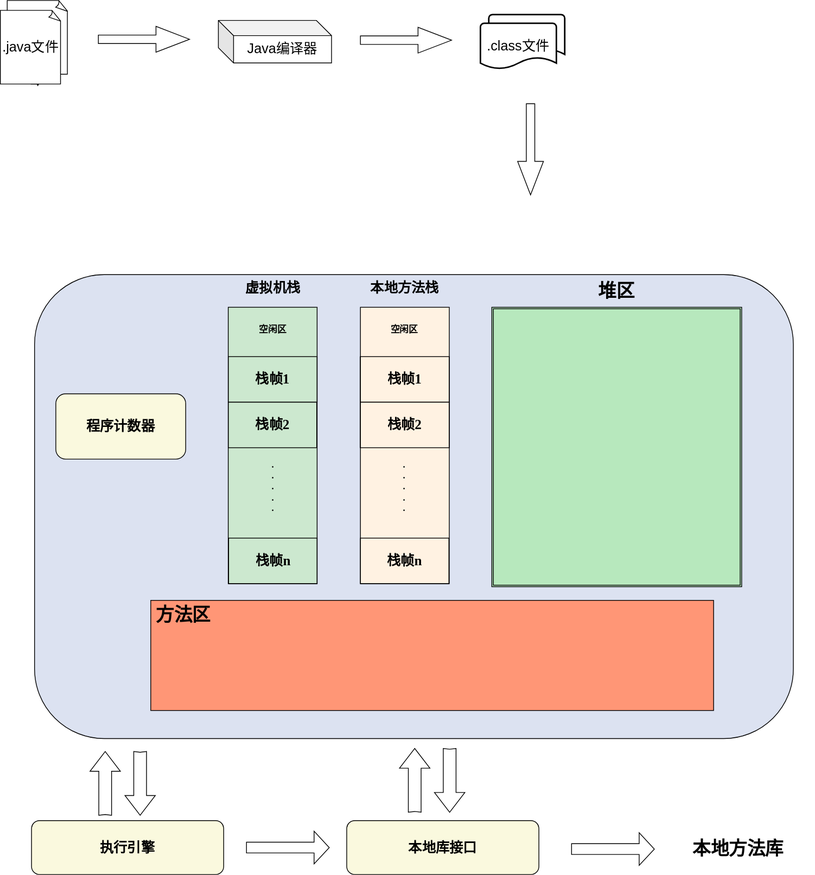
Before: jvm/jvm.drawio.svg, a diagram exported from draw.io (Likeheart7/draw). Source tidied: cells renumbered, new cells last; positions are measured from the earlier drawing's top-left corner, leaving out a move shared by most shapes.
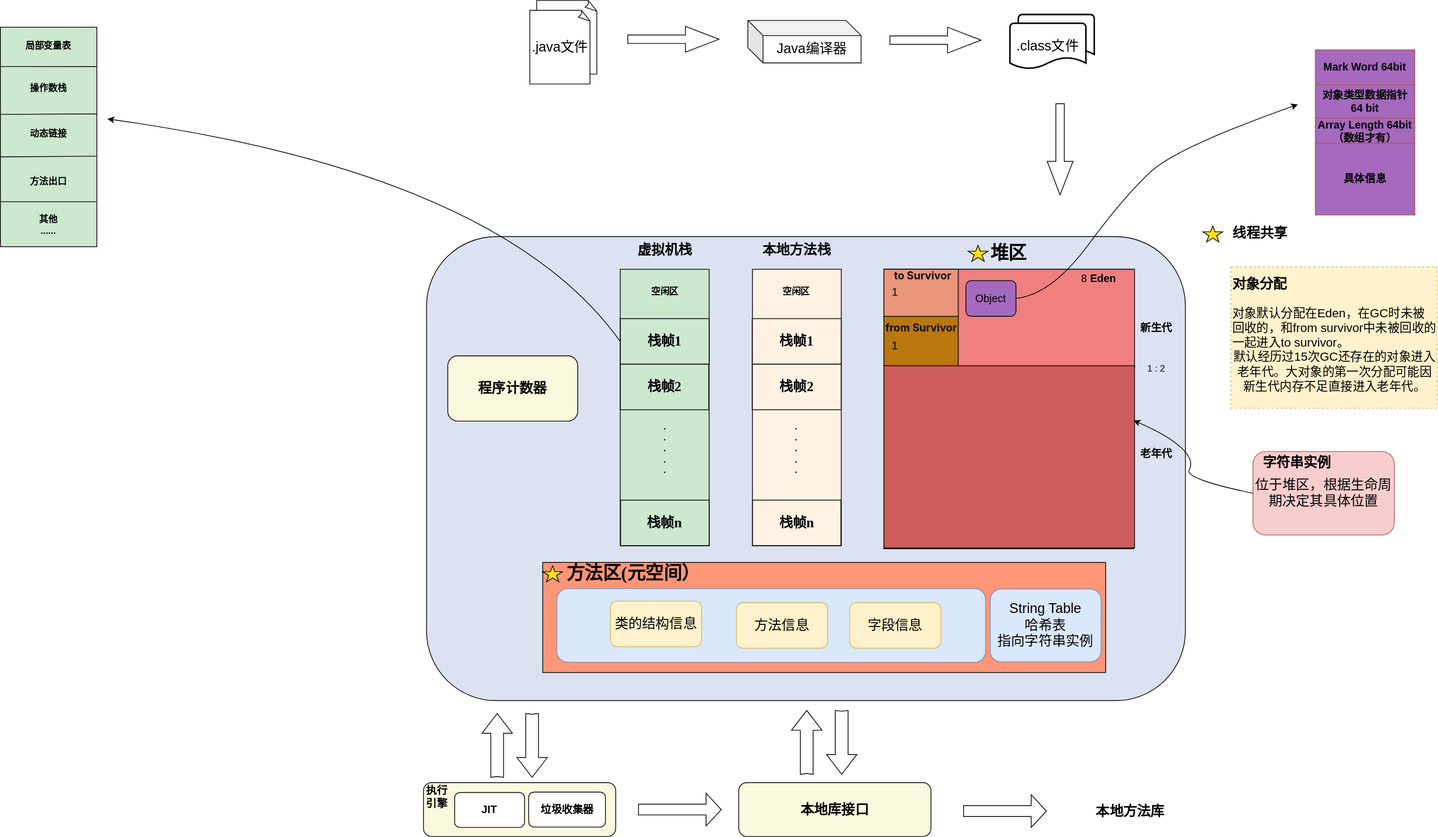
After the change.

The edit, as a diff of the source:
```diff
@@ -8,29 +8,24 @@
     <mxCell id="3" style="whiteSpace=wrap;html=1;shape=mxgraph.basic.document;" parent="1" vertex="1">
-      <mxGeometry x="9" width="80" height="97" as="geometry" />
+      <mxGeometry x="190" y="50" width="80" height="97" as="geometry" />
     </mxCell>
     <mxCell id="4" style="strokeWidth=2;html=1;shape=mxgraph.flowchart.document2;whiteSpace=wrap;size=0.25;" parent="1" vertex="1">
-      <mxGeometry x="643" y="18.5" width="100" height="60" as="geometry" />
+      <mxGeometry x="824" y="68.5" width="100" height="60" as="geometry" />
     </mxCell>
     <mxCell id="5" value="&lt;font style=&quot;font-size: 18px;&quot;&gt;.class文件&lt;/font&gt;" style="strokeWidth=2;html=1;shape=mxgraph.flowchart.document2;whiteSpace=wrap;size=0.25;" parent="1" vertex="1">
-      <mxGeometry x="632" y="30" width="100" height="60" as="geometry" />
+      <mxGeometry x="813" y="80" width="100" height="60" as="geometry" />
     </mxCell>
-    <mxCell id="6" style="edgeStyle=orthogonalEdgeStyle;rounded=0;jettySize=auto;html=1;exitX=0.5;exitY=1;exitDx=0;exitDy=0;exitPerimeter=0;" parent="1" edge="1" source="7">
-      <mxGeometry relative="1" as="geometry">
-        <mxPoint x="49.3" y="113.1" as="targetPoint" />
-      </mxGeometry>
-    </mxCell>
     <mxCell id="7" value="&lt;font style=&quot;font-size: 18px;&quot;&gt;.java文件&lt;/font&gt;" style="whiteSpace=wrap;html=1;shape=mxgraph.basic.document;" parent="1" vertex="1">
-      <mxGeometry y="13" width="80" height="97" as="geometry" />
+      <mxGeometry x="181" y="63" width="80" height="97" as="geometry" />
     </mxCell>
     <mxCell id="8" style="shape=singleArrow;whiteSpace=wrap;html=1;arrowWidth=0.3277310924369638;arrowSize=0.3678571428571403;" parent="1" vertex="1">
-      <mxGeometry x="129" y="34.1" width="120" height="34" as="geometry" />
+      <mxGeometry x="310" y="84.1" width="120" height="34" as="geometry" />
     </mxCell>
     <mxCell id="9" value="&lt;font style=&quot;font-size: 18px;&quot;&gt;Java编译器&lt;/font&gt;" style="shape=cube;whiteSpace=wrap;html=1;boundedLbl=1;backgroundOutline=1;darkOpacity=0.05;darkOpacity2=0.1;" parent="1" vertex="1">
-      <mxGeometry x="287" y="26.2" width="149" height="56" as="geometry" />
+      <mxGeometry x="468" y="76.2" width="149" height="56" as="geometry" />
     </mxCell>
     <mxCell id="10" style="shape=singleArrow;whiteSpace=wrap;html=1;arrowWidth=0.3277310924369638;arrowSize=0.3678571428571403;" parent="1" vertex="1">
-      <mxGeometry x="474" y="35.2" width="120" height="34" as="geometry" />
+      <mxGeometry x="655" y="85.2" width="120" height="34" as="geometry" />
     </mxCell>
     <mxCell id="11" style="shape=singleArrow;whiteSpace=wrap;html=1;arrowWidth=0.3277310924369638;arrowSize=0.3678571428571403;rotation=90;" parent="1" vertex="1">
-      <mxGeometry x="638" y="179" width="120" height="34" as="geometry" />
+      <mxGeometry x="819" y="229" width="120" height="34" as="geometry" />
     </mxCell>
@@ -48,4 +43,4 @@
     </mxCell>
-    <mxCell id="16" value="&lt;span style=&quot;font-size: 24px;&quot;&gt;方法区&lt;/span&gt;" style="text;html=1;align=center;verticalAlign=middle;whiteSpace=wrap;rounded=0;fontFamily=msyh.ttc;fontSize=12;fontColor=default;fontStyle=1;" parent="1" vertex="1">
-      <mxGeometry x="201" y="795" width="80" height="30" as="geometry" />
+    <mxCell id="16" value="&lt;span style=&quot;font-size: 24px;&quot;&gt;方法区(元空间）&lt;/span&gt;" style="text;html=1;align=center;verticalAlign=middle;whiteSpace=wrap;rounded=0;fontFamily=msyh.ttc;fontSize=12;fontColor=default;fontStyle=1;" parent="1" vertex="1">
+      <mxGeometry x="228" y="790" width="179" height="30" as="geometry" />
     </mxCell>
@@ -93,3 +88,3 @@
     </mxCell>
-    <mxCell id="31" value="&lt;font style=&quot;font-size: 18px;&quot;&gt;执行引擎&lt;/font&gt;" style="rounded=1;whiteSpace=wrap;html=1;fillColor=#FAF9DE;fontStyle=1;fontFamily=msyh.ttc;" parent="1" vertex="1">
+    <mxCell id="31" style="rounded=1;whiteSpace=wrap;html=1;fillColor=#FAF9DE;fontStyle=1;fontFamily=msyh.ttc;" parent="1" vertex="1">
       <mxGeometry x="41" y="1080" width="253" height="71" as="geometry" />
@@ -99,3 +94,3 @@
     </mxCell>
-    <mxCell id="33" value="&lt;font style=&quot;font-size: 24px;&quot;&gt;本地方法库&lt;/font&gt;" style="text;html=1;align=center;verticalAlign=middle;whiteSpace=wrap;rounded=0;fontFamily=msyh.ttc;fontSize=12;fontColor=default;fontStyle=1;" parent="1" vertex="1">
+    <mxCell id="33" value="&lt;font style=&quot;font-size: 18px;&quot;&gt;本地方法库&lt;/font&gt;" style="text;html=1;align=center;verticalAlign=middle;whiteSpace=wrap;rounded=0;fontFamily=msyh.ttc;fontSize=12;fontColor=default;fontStyle=1;" parent="1" vertex="1">
       <mxGeometry x="871" y="1091" width="201" height="53" as="geometry" />
@@ -120,2 +115,168 @@
     </mxCell>
+    <mxCell id="40" style="rounded=0;whiteSpace=wrap;html=1;fillColor=#F08080;" parent="1" vertex="1">
+      <mxGeometry x="647" y="404" width="330" height="130" as="geometry" />
+    </mxCell>
+    <mxCell id="41" style="rounded=0;whiteSpace=wrap;html=1;fillColor=#CD5C5C;" parent="1" vertex="1">
+      <mxGeometry x="647" y="531" width="330" height="240" as="geometry" />
+    </mxCell>
+    <mxCell id="42" value="&lt;span style=&quot;font-size: 14px;&quot;&gt;新生代&lt;/span&gt;" style="text;html=1;align=center;verticalAlign=middle;whiteSpace=wrap;rounded=0;fontStyle=1;" parent="1" vertex="1">
+      <mxGeometry x="976" y="466" width="60" height="30" as="geometry" />
+    </mxCell>
+    <mxCell id="43" value="&lt;span style=&quot;font-size: 14px;&quot;&gt;老年代&lt;/span&gt;" style="text;html=1;align=center;verticalAlign=middle;whiteSpace=wrap;rounded=0;fontStyle=1;" parent="1" vertex="1">
+      <mxGeometry x="976" y="632" width="60" height="30" as="geometry" />
+    </mxCell>
+    <mxCell id="44" value="1 : 2" style="text;html=1;align=center;verticalAlign=middle;whiteSpace=wrap;rounded=0;" parent="1" vertex="1">
+      <mxGeometry x="976" y="520" width="60" height="30" as="geometry" />
+    </mxCell>
+    <mxCell id="45" style="rounded=0;whiteSpace=wrap;html=1;fillColor=#E9967A;" parent="1" vertex="1">
+      <mxGeometry x="647" y="404" width="98" height="63" as="geometry" />
+    </mxCell>
+    <mxCell id="46" style="rounded=0;whiteSpace=wrap;html=1;fillColor=#B9770E;" parent="1" vertex="1">
+      <mxGeometry x="647" y="466" width="98" height="65" as="geometry" />
+    </mxCell>
+    <mxCell id="47" value="&lt;span style=&quot;font-size: 14px;&quot;&gt;Eden&lt;/span&gt;" style="text;html=1;align=center;verticalAlign=middle;whiteSpace=wrap;rounded=0;fontStyle=1;" parent="1" vertex="1">
+      <mxGeometry x="906" y="401" width="60" height="30" as="geometry" />
+    </mxCell>
+    <mxCell id="48" value="&lt;span style=&quot;color: rgb(13, 13, 13); font-family: ui-sans-serif, -apple-system, system-ui, &amp;quot;Segoe UI&amp;quot;, Roboto, Ubuntu, Cantarell, &amp;quot;Noto Sans&amp;quot;, sans-serif, Helvetica, &amp;quot;Apple Color Emoji&amp;quot;, Arial, &amp;quot;Segoe UI Emoji&amp;quot;, &amp;quot;Segoe UI Symbol&amp;quot;; text-align: left; white-space-collapse: preserve;&quot;&gt;&lt;font style=&quot;font-size: 14px;&quot;&gt;to Survivor&lt;/font&gt;&lt;/span&gt;" style="text;html=1;align=center;verticalAlign=middle;whiteSpace=wrap;rounded=0;fontStyle=1;" parent="1" vertex="1">
+      <mxGeometry x="654.5" y="398" width="87" height="30" as="geometry" />
+    </mxCell>
+    <mxCell id="49" value="&lt;span style=&quot;color: rgb(13, 13, 13); font-family: ui-sans-serif, -apple-system, system-ui, &amp;quot;Segoe UI&amp;quot;, Roboto, Ubuntu, Cantarell, &amp;quot;Noto Sans&amp;quot;, sans-serif, Helvetica, &amp;quot;Apple Color Emoji&amp;quot;, Arial, &amp;quot;Segoe UI Emoji&amp;quot;, &amp;quot;Segoe UI Symbol&amp;quot;; text-align: left; white-space-collapse: preserve;&quot;&gt;&lt;font style=&quot;font-size: 14px;&quot;&gt;from Survivor&lt;/font&gt;&lt;/span&gt;" style="text;html=1;align=center;verticalAlign=middle;whiteSpace=wrap;rounded=0;fontStyle=1;" parent="1" vertex="1">
+      <mxGeometry x="645.8" y="466" width="100.5" height="30" as="geometry" />
+    </mxCell>
+    <mxCell id="50" value="&lt;font style=&quot;font-size: 14px;&quot;&gt;1&lt;/font&gt;" style="text;html=1;align=center;verticalAlign=middle;whiteSpace=wrap;rounded=0;fontStyle=0;" parent="1" vertex="1">
+      <mxGeometry x="632" y="419" width="60" height="30" as="geometry" />
+    </mxCell>
+    <mxCell id="51" value="&lt;font style=&quot;font-size: 14px;&quot;&gt;1&lt;/font&gt;" style="text;html=1;align=center;verticalAlign=middle;whiteSpace=wrap;rounded=0;" parent="1" vertex="1">
+      <mxGeometry x="632" y="490" width="60" height="30" as="geometry" />
+    </mxCell>
+    <mxCell id="52" value="&lt;font style=&quot;font-size: 14px;&quot;&gt;8&lt;/font&gt;" style="text;html=1;align=center;verticalAlign=middle;whiteSpace=wrap;rounded=0;" parent="1" vertex="1">
+      <mxGeometry x="881" y="401" width="60" height="30" as="geometry" />
+    </mxCell>
+    <mxCell id="53" style="verticalLabelPosition=bottom;verticalAlign=top;html=1;shape=mxgraph.basic.star;fixDash=0;fillColor=#FFE017;" parent="1" vertex="1">
+      <mxGeometry x="198" y="794.5" width="26" height="21" as="geometry" />
+    </mxCell>
+    <mxCell id="54" style="verticalLabelPosition=bottom;verticalAlign=top;html=1;shape=mxgraph.basic.star;fixDash=0;fillColor=#FFE017;" parent="1" vertex="1">
+      <mxGeometry x="758" y="372.5" width="26" height="21" as="geometry" />
+    </mxCell>
+    <mxCell id="55" style="verticalLabelPosition=bottom;verticalAlign=top;html=1;shape=mxgraph.basic.star;fixDash=0;fillColor=#FFE017;" parent="1" vertex="1">
+      <mxGeometry x="1067" y="347" width="26" height="21" as="geometry" />
+    </mxCell>
+    <mxCell id="56" value="&lt;b&gt;&lt;font style=&quot;font-size: 18px;&quot;&gt;线程共享&lt;/font&gt;&lt;/b&gt;" style="text;html=1;align=center;verticalAlign=middle;whiteSpace=wrap;rounded=0;" parent="1" vertex="1">
+      <mxGeometry x="1093" y="342.5" width="99" height="30" as="geometry" />
+    </mxCell>
+    <mxCell id="57" value="&lt;span style=&quot;font-family: -apple-system, BlinkMacSystemFont, &amp;quot;Segoe UI Variable&amp;quot;, &amp;quot;Segoe UI&amp;quot;, system-ui, ui-sans-serif, Helvetica, Arial, sans-serif, &amp;quot;Apple Color Emoji&amp;quot;, &amp;quot;Segoe UI Emoji&amp;quot;; font-weight: 700;&quot;&gt;&lt;font style=&quot;font-size: 14px;&quot;&gt;执行引擎&lt;/font&gt;&lt;/span&gt;" style="text;html=1;align=center;verticalAlign=middle;whiteSpace=wrap;rounded=0;" parent="1" vertex="1">
+      <mxGeometry x="42" y="1077" width="34" height="44" as="geometry" />
+    </mxCell>
+    <mxCell id="58" value="&lt;b&gt;&lt;font style=&quot;font-size: 14px;&quot;&gt;JIT&lt;/font&gt;&lt;/b&gt;" style="rounded=1;whiteSpace=wrap;html=1;" parent="1" vertex="1">
+      <mxGeometry x="82" y="1093" width="92" height="46" as="geometry" />
+    </mxCell>
+    <mxCell id="59" value="&lt;span style=&quot;font-size: 14px;&quot;&gt;&lt;b&gt;垃圾收集器&lt;/b&gt;&lt;/span&gt;" style="rounded=1;whiteSpace=wrap;html=1;" parent="1" vertex="1">
+      <mxGeometry x="179.5" y="1092.5" width="101" height="46" as="geometry" />
+    </mxCell>
+    <mxCell id="60" style="endArrow=classic;html=1;rounded=0;curved=1;exitX=0;exitY=0.5;exitDx=0;exitDy=0;strokeColor=default;" parent="1" edge="1" source="21">
+      <mxGeometry relative="1" as="geometry">
+        <mxPoint x="-375" y="206" as="targetPoint" />
+        <Array as="points">
+          <mxPoint x="142" y="278" />
+        </Array>
+      </mxGeometry>
+    </mxCell>
+    <mxCell id="61" style="rounded=0;whiteSpace=wrap;html=1;fillColor=#CCE8CF;" parent="1" vertex="1">
+      <mxGeometry x="-516" y="85.2" width="127" height="289" as="geometry" />
+    </mxCell>
+    <mxCell id="62" style="endArrow=none;html=1;rounded=0;entryX=0.996;entryY=0.321;entryDx=0;entryDy=0;entryPerimeter=0;" parent="1" edge="1">
+      <mxGeometry relative="1" as="geometry">
+        <mxPoint x="-516" y="137" as="sourcePoint" />
+        <mxPoint x="-389.5" y="137" as="targetPoint" />
+      </mxGeometry>
+    </mxCell>
+    <mxCell id="63" style="endArrow=none;html=1;rounded=0;entryX=0.999;entryY=0.395;entryDx=0;entryDy=0;entryPerimeter=0;" parent="1" edge="1" target="61">
+      <mxGeometry relative="1" as="geometry">
+        <mxPoint x="-515.5" y="200" as="sourcePoint" />
+      </mxGeometry>
+    </mxCell>
+    <mxCell id="64" style="endArrow=none;html=1;rounded=0;entryX=0.999;entryY=0.395;entryDx=0;entryDy=0;entryPerimeter=0;" parent="1" edge="1">
+      <mxGeometry relative="1" as="geometry">
+        <mxPoint x="-516" y="256" as="sourcePoint" />
+        <mxPoint x="-389.5" y="255" as="targetPoint" />
+      </mxGeometry>
+    </mxCell>
+    <mxCell id="65" style="endArrow=none;html=1;rounded=0;entryX=0.995;entryY=0.795;entryDx=0;entryDy=0;entryPerimeter=0;" parent="1" edge="1" target="61">
+      <mxGeometry relative="1" as="geometry">
+        <mxPoint x="-515.5" y="315" as="sourcePoint" />
+      </mxGeometry>
+    </mxCell>
+    <mxCell id="66" value="局部变量表" style="text;html=1;align=center;verticalAlign=middle;whiteSpace=wrap;rounded=0;fontStyle=1;" parent="1" vertex="1">
+      <mxGeometry x="-490" y="95" width="75" height="30" as="geometry" />
+    </mxCell>
+    <mxCell id="67" value="操作数栈" style="text;html=1;align=center;verticalAlign=middle;whiteSpace=wrap;rounded=0;fontStyle=1;" parent="1" vertex="1">
+      <mxGeometry x="-490" y="151" width="75" height="30" as="geometry" />
+    </mxCell>
+    <mxCell id="68" value="动态链接" style="text;html=1;align=center;verticalAlign=middle;whiteSpace=wrap;rounded=0;fontStyle=1;" parent="1" vertex="1">
+      <mxGeometry x="-490" y="211" width="75" height="30" as="geometry" />
+    </mxCell>
+    <mxCell id="69" value="方法出口" style="text;html=1;align=center;verticalAlign=middle;whiteSpace=wrap;rounded=0;fontStyle=1;" parent="1" vertex="1">
+      <mxGeometry x="-490" y="274" width="75" height="30" as="geometry" />
+    </mxCell>
+    <mxCell id="70" value="其他&lt;div&gt;......&lt;/div&gt;" style="text;html=1;align=center;verticalAlign=middle;whiteSpace=wrap;rounded=0;fontStyle=1;" parent="1" vertex="1">
+      <mxGeometry x="-490" y="331" width="75" height="30" as="geometry" />
+    </mxCell>
+    <mxCell id="71" value="&lt;font style=&quot;font-size: 14px;&quot;&gt;Object&lt;/font&gt;" style="rounded=1;whiteSpace=wrap;html=1;fillColor=#A569BD;" parent="1" vertex="1">
+      <mxGeometry x="755" y="419" width="66" height="47" as="geometry" />
+    </mxCell>
+    <mxCell id="72" value="&lt;h1 style=&quot;margin-top: 0px;&quot;&gt;&lt;font style=&quot;font-size: 18px;&quot;&gt;对象分配&lt;/font&gt;&lt;/h1&gt;&lt;div&gt;&lt;font size=&quot;3&quot; style=&quot;text-align: center;&quot;&gt;对象默认分配在Eden，在GC时未被回收的，和from survivor中未被回收的一起进入to survivor。&lt;/font&gt;&lt;div style=&quot;text-align: center;&quot;&gt;&lt;font size=&quot;3&quot;&gt;默认经历过15次GC还存在的对象进入老年代。大对象的第一次分配可能因新生代内存不足直接进入老年代。&lt;/font&gt;&lt;/div&gt;&lt;/div&gt;" style="text;html=1;whiteSpace=wrap;overflow=hidden;rounded=0;strokeColor=#d6b656;dashed=1;fillColor=#fff2cc;" parent="1" vertex="1">
+      <mxGeometry x="1104" y="401" width="271" height="186" as="geometry" />
+    </mxCell>
+    <mxCell id="73" value="&lt;font style=&quot;font-size: 18px;&quot;&gt;位于堆区，根据生命周期决定其具体位置&lt;/font&gt;" style="rounded=1;whiteSpace=wrap;html=1;fillColor=#f8cecc;strokeColor=#b85450;" parent="1" vertex="1">
+      <mxGeometry x="1133" y="644" width="186" height="110" as="geometry" />
+    </mxCell>
+    <mxCell id="74" value="&lt;span style=&quot;font-size: 18px;&quot;&gt;字符串实例&lt;/span&gt;" style="text;html=1;align=center;verticalAlign=middle;whiteSpace=wrap;rounded=0;fontStyle=1;" parent="1" vertex="1">
+      <mxGeometry x="1133" y="644" width="115.5" height="30" as="geometry" />
+    </mxCell>
+    <mxCell id="75" style="rounded=1;whiteSpace=wrap;html=1;fillColor=#dae8fc;strokeColor=#6c8ebf;" parent="1" vertex="1">
+      <mxGeometry x="216.5" y="824.5" width="564.5" height="97" as="geometry" />
+    </mxCell>
+    <mxCell id="76" value="&lt;font style=&quot;font-size: 18px;&quot;&gt;类的结构信息&lt;/font&gt;" style="rounded=1;whiteSpace=wrap;html=1;fillColor=#fff2cc;strokeColor=#d6b656;" parent="1" vertex="1">
+      <mxGeometry x="287" y="841" width="120" height="60" as="geometry" />
+    </mxCell>
+    <mxCell id="77" value="&lt;font style=&quot;font-size: 18px;&quot;&gt;方法信息&lt;/font&gt;" style="rounded=1;whiteSpace=wrap;html=1;fillColor=#fff2cc;strokeColor=#d6b656;" parent="1" vertex="1">
+      <mxGeometry x="453" y="843" width="120" height="60" as="geometry" />
+    </mxCell>
+    <mxCell id="78" value="&lt;font style=&quot;font-size: 18px;&quot;&gt;字段信息&lt;/font&gt;" style="rounded=1;whiteSpace=wrap;html=1;fillColor=#fff2cc;strokeColor=#d6b656;" parent="1" vertex="1">
+      <mxGeometry x="602" y="843" width="120" height="60" as="geometry" />
+    </mxCell>
+    <mxCell id="79" style="curved=1;endArrow=classic;html=1;rounded=0;entryX=0.996;entryY=0.3;entryDx=0;entryDy=0;entryPerimeter=0;exitX=0;exitY=0.5;exitDx=0;exitDy=0;" parent="1" edge="1" source="73" target="41">
+      <mxGeometry relative="1" as="geometry">
+        <Array as="points">
+          <mxPoint x="1042" y="680" />
+          <mxPoint x="1056" y="656" />
+          <mxPoint x="1022" y="623" />
+        </Array>
+      </mxGeometry>
+    </mxCell>
+    <mxCell id="80" value="&lt;font style=&quot;font-size: 18px;&quot;&gt;String Table&lt;/font&gt;&lt;div&gt;&lt;span style=&quot;font-size: 18px;&quot;&gt;哈希表&lt;/span&gt;&lt;/div&gt;&lt;div&gt;&lt;span style=&quot;font-size: 18px;&quot;&gt;指向字符串实例&lt;/span&gt;&lt;/div&gt;" style="rounded=1;whiteSpace=wrap;html=1;fillColor=#dae8fc;strokeColor=#6c8ebf;" parent="1" vertex="1">
+      <mxGeometry x="787" y="825" width="146" height="96" as="geometry" />
+    </mxCell>
+    <mxCell id="81" style="curved=1;endArrow=classic;html=1;rounded=0;exitX=1;exitY=0.5;exitDx=0;exitDy=0;" parent="1" edge="1" source="71">
+      <mxGeometry relative="1" as="geometry">
+        <mxPoint x="1192" y="187" as="targetPoint" />
+        <Array as="points">
+          <mxPoint x="868" y="437" />
+          <mxPoint x="964" y="307" />
+          <mxPoint x="1034" y="243" />
+        </Array>
+      </mxGeometry>
+    </mxCell>
+    <mxCell id="82" value="&lt;font style=&quot;font-size: 14px;&quot;&gt;Mark Word 64bit&lt;/font&gt;" style="rounded=0;whiteSpace=wrap;html=1;fontStyle=1;fillColor=#A569BD;strokeColor=#b85450;" parent="1" vertex="1">
+      <mxGeometry x="1215" y="115" width="131" height="46.2" as="geometry" />
+    </mxCell>
+    <mxCell id="83" value="&lt;span style=&quot;font-size: 14px;&quot;&gt;对象类型数据指针&lt;/span&gt;&lt;div&gt;&lt;span style=&quot;font-size: 14px;&quot;&gt;64 bit&lt;/span&gt;&lt;/div&gt;" style="rounded=0;whiteSpace=wrap;html=1;fontStyle=1;fillColor=#A569BD;strokeColor=#b85450;" parent="1" vertex="1">
+      <mxGeometry x="1215" y="161.2" width="131" height="43.8" as="geometry" />
+    </mxCell>
+    <mxCell id="84" value="&lt;span style=&quot;font-size: 14px;&quot;&gt;Array Length 64bit&lt;/span&gt;&lt;div&gt;&lt;span style=&quot;font-size: 14px;&quot;&gt;（数组才有）&lt;/span&gt;&lt;/div&gt;" style="rounded=0;whiteSpace=wrap;html=1;fontStyle=1;fillColor=#A569BD;strokeColor=#b85450;" parent="1" vertex="1">
+      <mxGeometry x="1215" y="205" width="131" height="33.2" as="geometry" />
+    </mxCell>
+    <mxCell id="85" value="&lt;span style=&quot;font-size: 14px;&quot;&gt;具体信息&lt;/span&gt;" style="rounded=0;whiteSpace=wrap;html=1;fontStyle=1;fillColor=#A569BD;strokeColor=#b85450;" parent="1" vertex="1">
+      <mxGeometry x="1215" y="238.2" width="131" height="94.2" as="geometry" />
+    </mxCell>
   </root>
```
